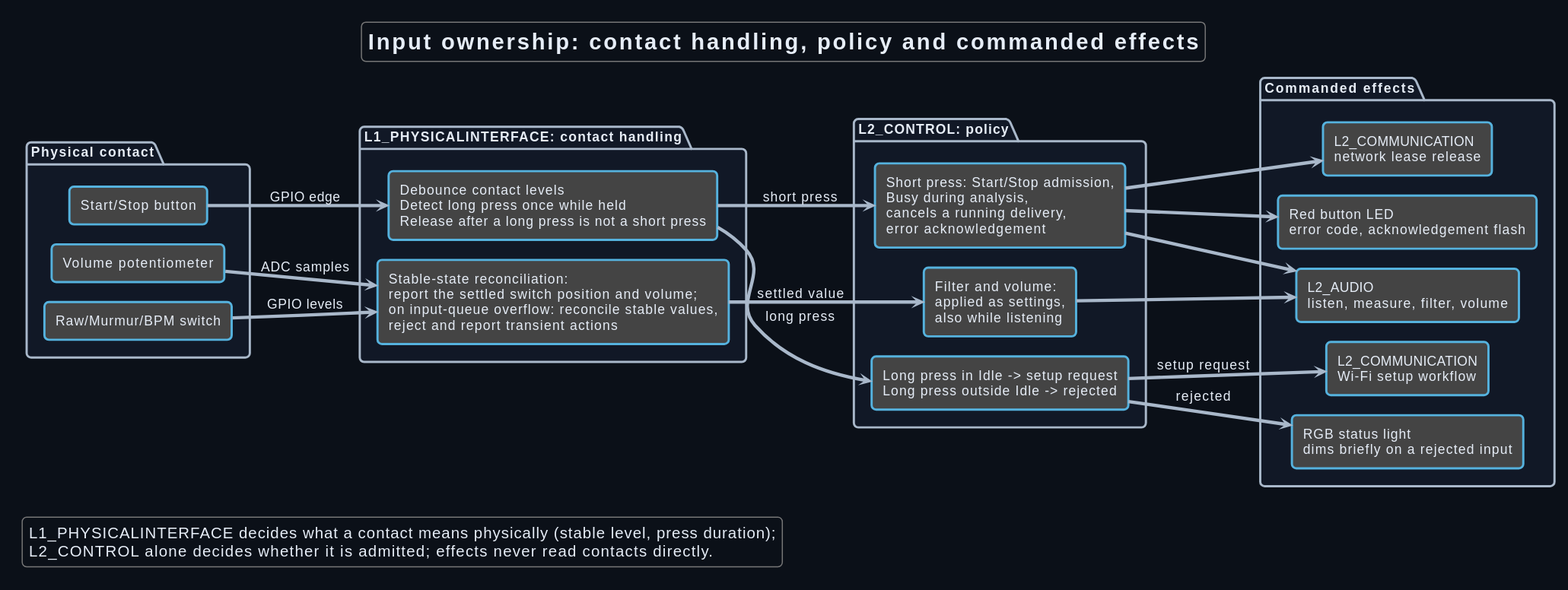
Earlier version of the PlantUML export Development/system/architecture/system/rendered/input_ownership.svg (DemonicPsychoII/DigitalStethoscope).
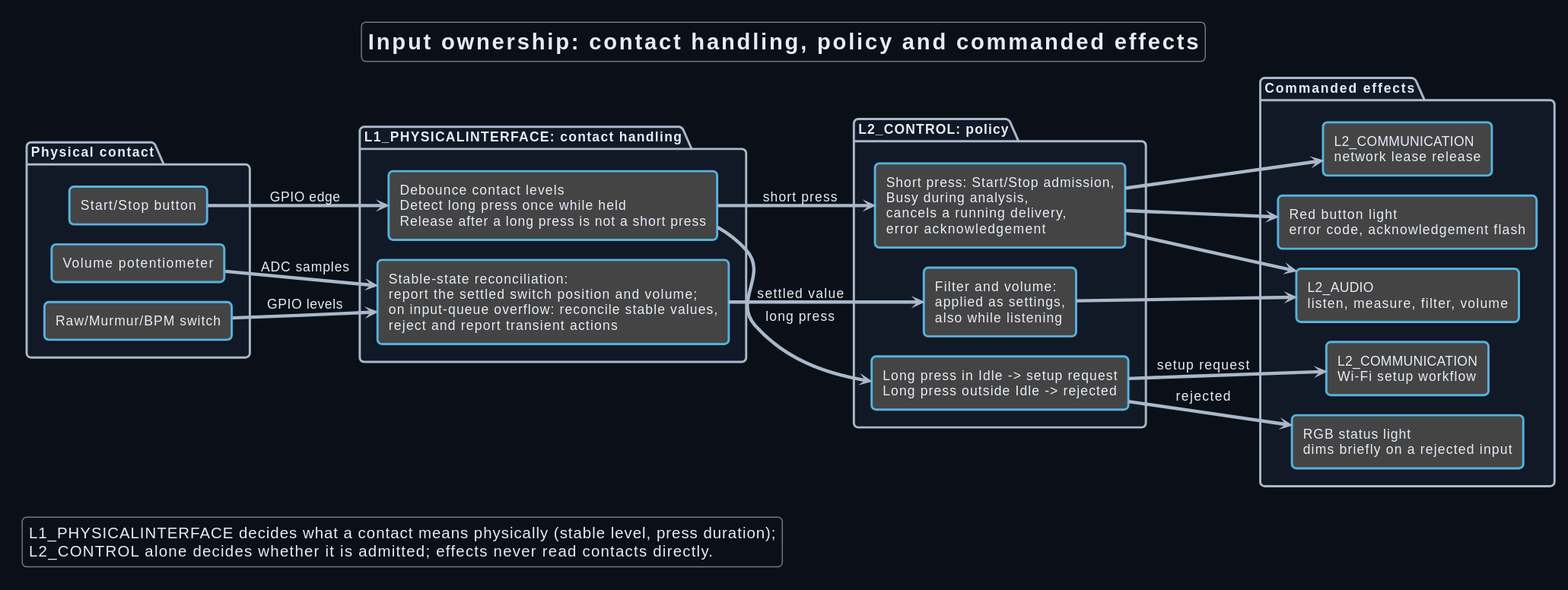
The same file after the commit.

The edit, as a diff of the source:
```diff
@@ -37,7 +37,7 @@
  rectangle "RGB status light\ndims briefly on a rejected input" as RejectEffect
  rectangle "L2_AUDIO\nlisten, measure, filter, volume" as AudioEffect
  rectangle "L2_COMMUNICATION\nnetwork lease release" as LeaseEffect
- rectangle "Red button LED\nerror code, acknowledgement flash" as RedEffect
+ rectangle "Red button light\nerror code, acknowledgement flash" as RedEffect
 }
 
 Button --> ButtonAdapter : GPIO edge
```
